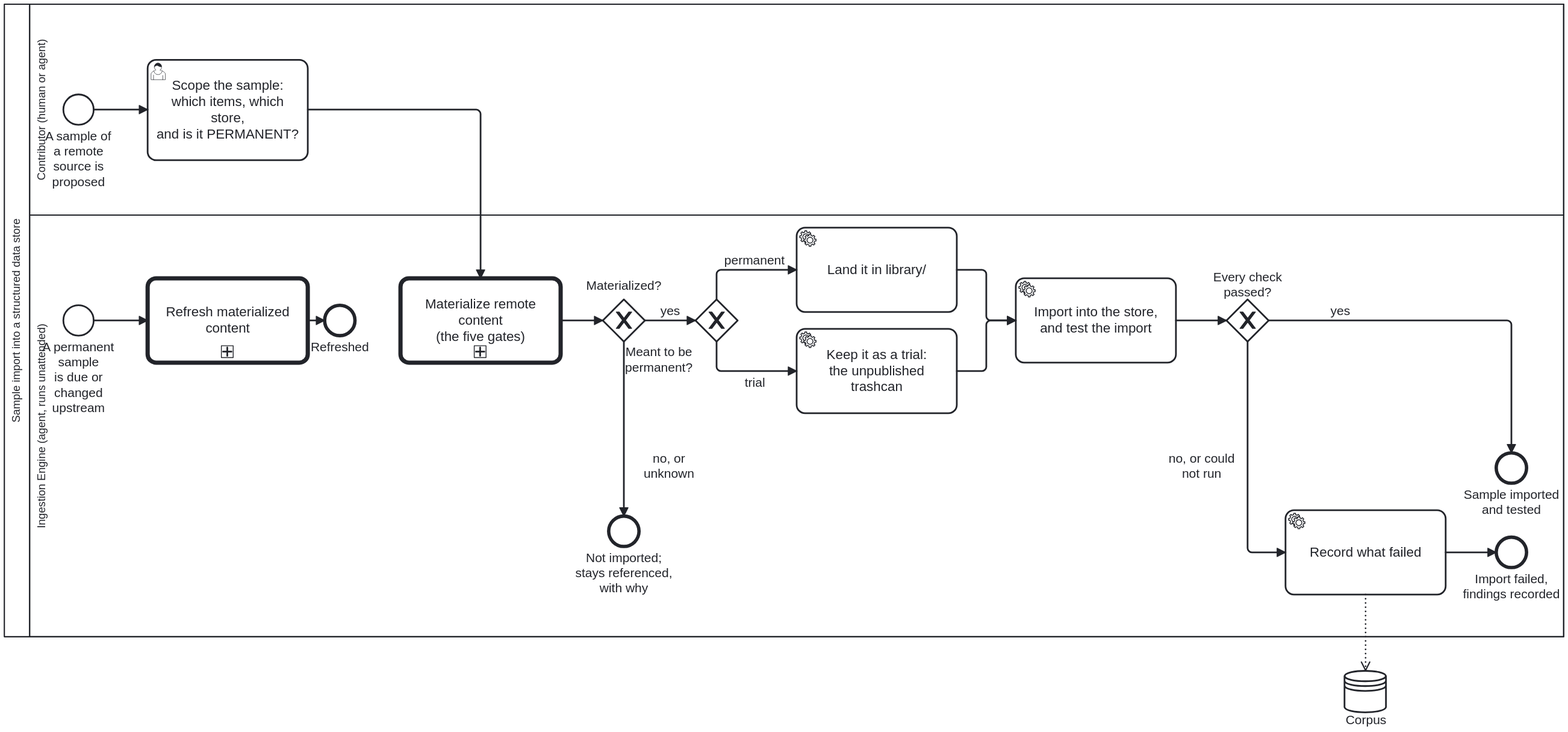
This is docs/assets/img/workflows/sample-import.svg from litlfred/cat-harness, a BPMN export, as it was before one commit. Its source is kept beside it as processes/library/sample-import.bpmn. Ids are renumbered.
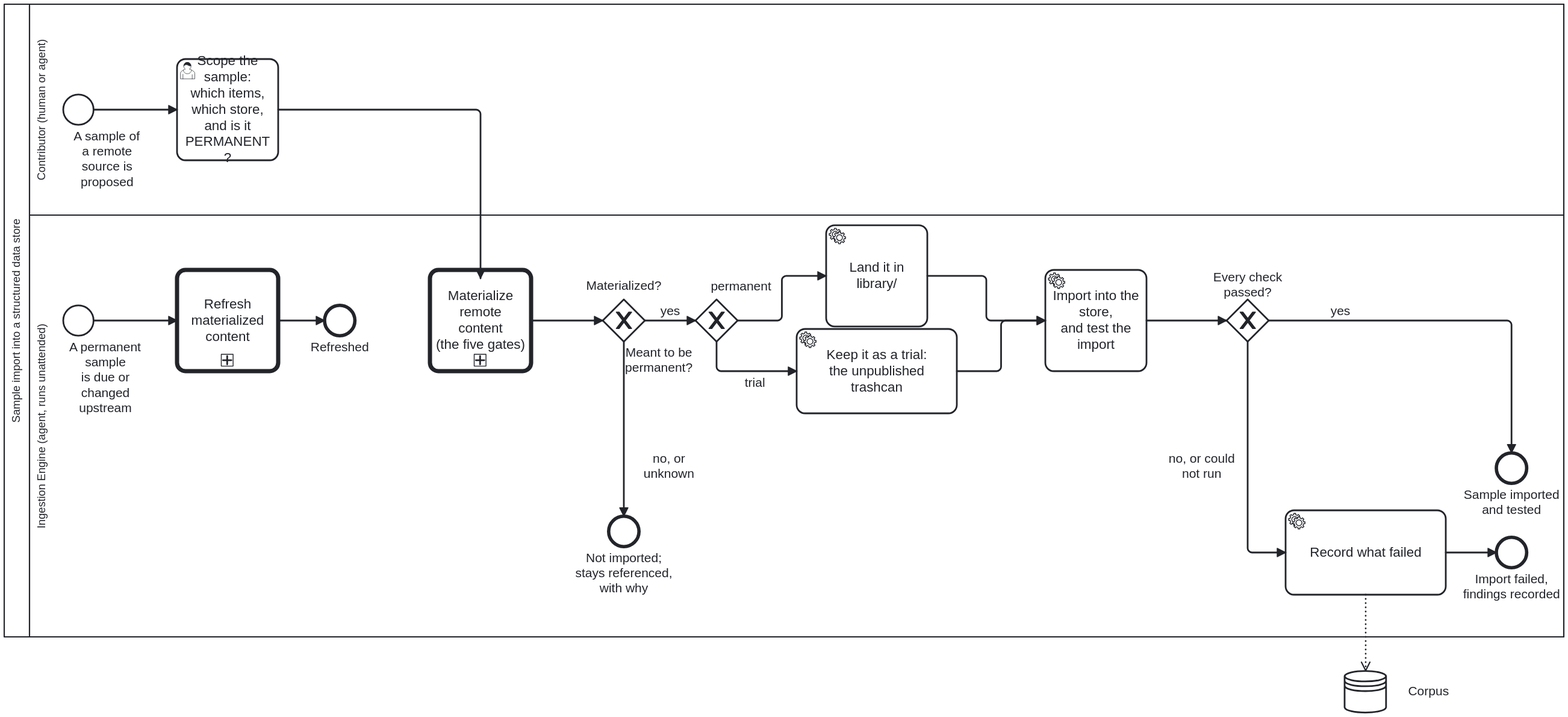
The same file after the commit.

Diff of the diagram source:
```diff
@@ -207,23 +207,23 @@
       <bpmndi:BPMNShape id="StartEvent_Proposed_di" bpmnElement="StartEvent_Proposed">
         <dc:Bounds x="200" y="167" width="36" height="36" />
 
-      <bpmndi:BPMNLabel><dc:Bounds x="160" y="208" width="116" height="30" /></bpmndi:BPMNLabel></bpmndi:BPMNShape>
+      <bpmndi:BPMNLabel><dc:Bounds x="193.67" y="207.5" width="116" height="72" /></bpmndi:BPMNLabel></bpmndi:BPMNShape>
       <bpmndi:BPMNShape id="Task_Scope_di" bpmnElement="Task_Scope">
-        <dc:Bounds x="300" y="125.5" width="190" height="119" />
+        <dc:Bounds x="335" y="125" width="120" height="120" />
       </bpmndi:BPMNShape>
       <bpmndi:BPMNShape id="StartEvent_Upstream_di" bpmnElement="StartEvent_Upstream">
         <dc:Bounds x="200" y="417" width="36" height="36" />
 
-      <bpmndi:BPMNLabel><dc:Bounds x="160" y="458" width="116" height="40" /></bpmndi:BPMNLabel></bpmndi:BPMNShape>
+      <bpmndi:BPMNLabel><dc:Bounds x="192" y="457.5" width="116" height="90" /></bpmndi:BPMNLabel></bpmndi:BPMNShape>
       <bpmndi:BPMNShape id="Call_Refresh_di" bpmnElement="Call_Refresh">
-        <dc:Bounds x="300" y="385" width="190" height="100" />
+        <dc:Bounds x="335" y="375" width="120" height="120" />
       </bpmndi:BPMNShape>
       <bpmndi:BPMNShape id="EndEvent_Refreshed_di" bpmnElement="EndEvent_Refreshed">
         <dc:Bounds x="510" y="417" width="36" height="36" />
 
       <bpmndi:BPMNLabel><dc:Bounds x="490" y="458" width="76" height="20" /></bpmndi:BPMNLabel></bpmndi:BPMNShape>
       <bpmndi:BPMNShape id="Call_Materialize_di" bpmnElement="Call_Materialize">
-        <dc:Bounds x="600" y="385" width="190" height="100" />
+        <dc:Bounds x="635" y="375" width="120" height="120" />
       </bpmndi:BPMNShape>
       <bpmndi:BPMNShape id="Gateway_Materialized_di" bpmnElement="Gateway_Materialized" isMarkerVisible="true">
         <dc:Bounds x="840" y="410" width="50" height="50" />
@@ -234,13 +234,13 @@
 
       <bpmndi:BPMNLabel><dc:Bounds x="865.94" y="464" width="80.06" height="36" /></bpmndi:BPMNLabel></bpmndi:BPMNShape>
       <bpmndi:BPMNShape id="Task_Library_di" bpmnElement="Task_Library">
-        <dc:Bounds x="1070" y="325" width="190" height="100" />
+        <dc:Bounds x="1105" y="322" width="120" height="120" />
       </bpmndi:BPMNShape>
       <bpmndi:BPMNShape id="Task_Trial_di" bpmnElement="Task_Trial">
         <dc:Bounds x="1070" y="445" width="190" height="100" />
       </bpmndi:BPMNShape>
       <bpmndi:BPMNShape id="Task_ImportTest_di" bpmnElement="Task_ImportTest">
-        <dc:Bounds x="1330" y="385" width="190" height="100" />
+        <dc:Bounds x="1365" y="375" width="120" height="120" />
       </bpmndi:BPMNShape>
       <bpmndi:BPMNShape id="Gateway_Passed_di" bpmnElement="Gateway_Passed" isMarkerVisible="true">
         <dc:Bounds x="1580" y="410" width="50" height="50" />
@@ -263,15 +263,15 @@
       <bpmndi:BPMNLabel><dc:Bounds x="1860" y="633" width="116" height="30" /></bpmndi:BPMNLabel></bpmndi:BPMNShape>
       <bpmndi:BPMNEdge id="Flow_1_di" bpmnElement="Flow_1">
         <di:waypoint x="236" y="185" />
-        <di:waypoint x="300" y="185" />
+        <di:waypoint x="335" y="185" />
       </bpmndi:BPMNEdge>
       <bpmndi:BPMNEdge id="Flow_2_di" bpmnElement="Flow_2">
-        <di:waypoint x="490" y="185" />
+        <di:waypoint x="455" y="185" />
         <di:waypoint x="695" y="185" />
         <di:waypoint x="695" y="385" />
       </bpmndi:BPMNEdge>
       <bpmndi:BPMNEdge id="Flow_3_di" bpmnElement="Flow_3">
-        <di:waypoint x="790" y="435" />
+        <di:waypoint x="755" y="435" />
         <di:waypoint x="840" y="435" />
       </bpmndi:BPMNEdge>
       <bpmndi:BPMNEdge id="Flow_4_di" bpmnElement="Flow_4">
@@ -285,10 +285,11 @@
         <bpmndi:BPMNLabel><dc:Bounds x="873" y="590" width="90" height="26" /></bpmndi:BPMNLabel>
       </bpmndi:BPMNEdge>
       <bpmndi:BPMNEdge id="Flow_6_di" bpmnElement="Flow_6">
-        <di:waypoint x="975" y="410" />
-        <di:waypoint x="975" y="375" />
-        <di:waypoint x="1070" y="375" />
-        <bpmndi:BPMNLabel><dc:Bounds x="985" y="355" width="70" height="16" /></bpmndi:BPMNLabel>
+        <di:waypoint x="1000" y="435" />
+        <di:waypoint x="1052.5" y="435" />
+        <di:waypoint x="1052.5" y="382" />
+        <di:waypoint x="1105" y="382" />
+        <bpmndi:BPMNLabel><dc:Bounds x="958.5" y="386.25" width="90" height="18" /></bpmndi:BPMNLabel>
       </bpmndi:BPMNEdge>
       <bpmndi:BPMNEdge id="Flow_7_di" bpmnElement="Flow_7">
         <di:waypoint x="975" y="460" />
@@ -297,19 +298,19 @@
         <bpmndi:BPMNLabel><dc:Bounds x="1000" y="500" width="40" height="16" /></bpmndi:BPMNLabel>
       </bpmndi:BPMNEdge>
       <bpmndi:BPMNEdge id="Flow_8_di" bpmnElement="Flow_8">
-        <di:waypoint x="1260" y="375" />
-        <di:waypoint x="1295" y="375" />
+        <di:waypoint x="1225" y="382" />
+        <di:waypoint x="1295" y="382" />
         <di:waypoint x="1295" y="435" />
-        <di:waypoint x="1330" y="435" />
+        <di:waypoint x="1365" y="435" />
       </bpmndi:BPMNEdge>
       <bpmndi:BPMNEdge id="Flow_9_di" bpmnElement="Flow_9">
         <di:waypoint x="1260" y="495" />
-        <di:waypoint x="1295" y="495" />
-        <di:waypoint x="1295" y="435" />
-        <di:waypoint x="1330" y="435" />
+        <di:waypoint x="1312.5" y="495" />
+        <di:waypoint x="1312.5" y="435" />
+        <di:waypoint x="1365" y="435" />
       </bpmndi:BPMNEdge>
       <bpmndi:BPMNEdge id="Flow_10_di" bpmnElement="Flow_10">
-        <di:waypoint x="1520" y="435" />
+        <di:waypoint x="1485" y="435" />
         <di:waypoint x="1580" y="435" />
       </bpmndi:BPMNEdge>
       <bpmndi:BPMNEdge id="Flow_11_di" bpmnElement="Flow_11">
@@ -330,13 +331,15 @@
       </bpmndi:BPMNEdge>
       <bpmndi:BPMNEdge id="Flow_14_di" bpmnElement="Flow_14">
         <di:waypoint x="236" y="435" />
-        <di:waypoint x="300" y="435" />
+        <di:waypoint x="335" y="435" />
       </bpmndi:BPMNEdge>
       <bpmndi:BPMNEdge id="Flow_15_di" bpmnElement="Flow_15">
-        <di:waypoint x="490" y="435" />
+        <di:waypoint x="455" y="435" />
         <di:waypoint x="510" y="435" />
       </bpmndi:BPMNEdge>
-      <bpmndi:BPMNShape id="Shape_DSR_corpus" bpmnElement="DSR_corpus"><dc:Bounds x="1720" y="850" width="50" height="50"/></bpmndi:BPMNShape>
+      <bpmndi:BPMNShape id="Shape_DSR_corpus" bpmnElement="DSR_corpus"><dc:Bounds x="1720" y="850" width="50" height="50" />
+        <bpmndi:BPMNLabel><dc:Bounds x="1774" y="866" width="90" height="18" /></bpmndi:BPMNLabel>
+      </bpmndi:BPMNShape>
       <bpmndi:BPMNEdge id="Edge_DOA_Task_RecordFindings" bpmnElement="DOA_Task_RecordFindings"><di:waypoint x="1745" y="760"/><di:waypoint x="1745" y="850"/></bpmndi:BPMNEdge>
     </bpmndi:BPMNPlane>
   </bpmndi:BPMNDiagram>
```
